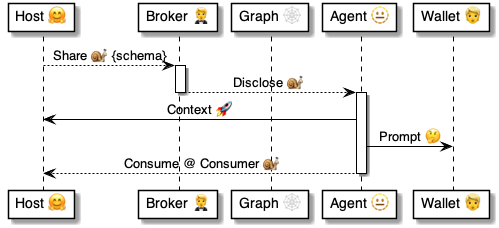
pollyweb-org/pollyweb-docs keeps this PlantUML diagram as 4 ⚙️ Solution/50 🫥 Agent domains/Curators 🧚/🧚⏩ Curator flows/Summon 🤗⏩🧚/🧚 Summon ⚙️ uml.png. Above is the earlier version. Its source is kept beside it as 4 ⚙️ Solution/50 🫥 Agent domains/Curators 🧚/🧚⏩ Curator flows/Summon 🤗⏩🧚/🧚 Summon ⚙️ uml.puml.
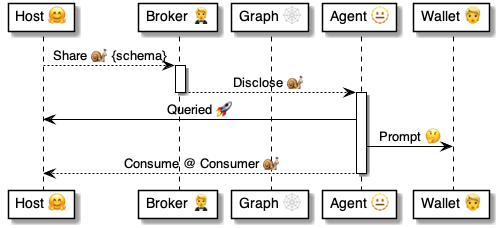
Above is the later version.

What changed in the source:
```diff
@@ -13,7 +13,7 @@
 deactivate broker
 
 activate agent
-    agent -> host: Context 🚀
+    agent -> host: Queried 🚀
     agent -> wallet: Prompt 🤔
     agent --> host: Consume @ Consumer 🐌
 deactivate agent
```
